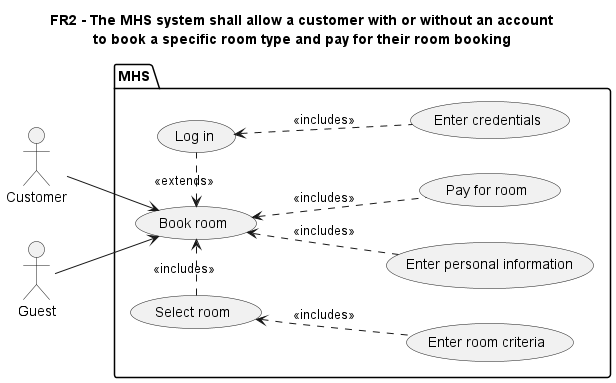
notkaramel/ECSE321-Mar1HotelSystem keeps this PlantUML diagram as documentation/UMLDiagrams/FR2UCDiagram.png. Above is the earlier version.
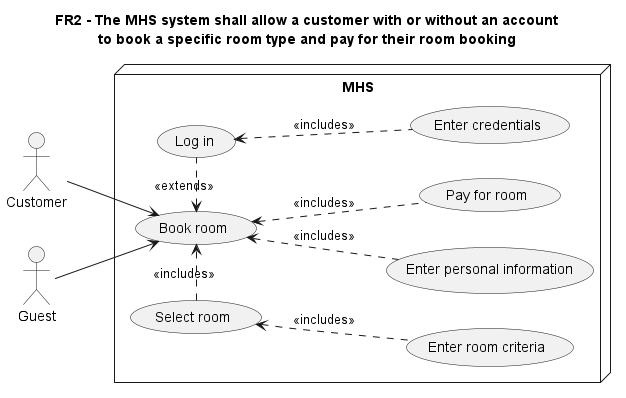
After the commit.

Diff of the diagram source:
```diff
@@ -9,7 +9,7 @@
 :Customer: as customer
 :Guest: as guest
 
-package MHS {
+node MHS {
     (Book room) as UC1
     (Select room) as UC2
     (Pay for room) as UC3
```
